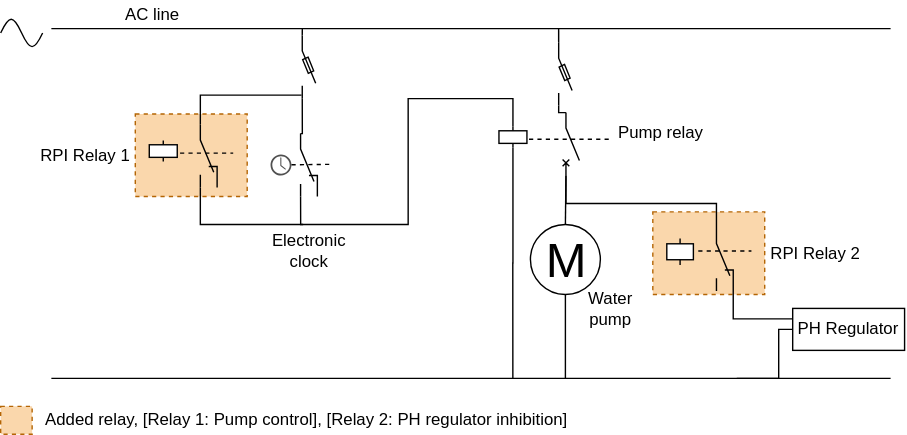
Above: doc/medias/electric-wire.svg in jeayacks/poolcontrol (draw.io), before the change. Source tidied: cells renumbered, new cells last; positions are measured from the earlier drawing's top-left corner, leaving out a move shared by most shapes.
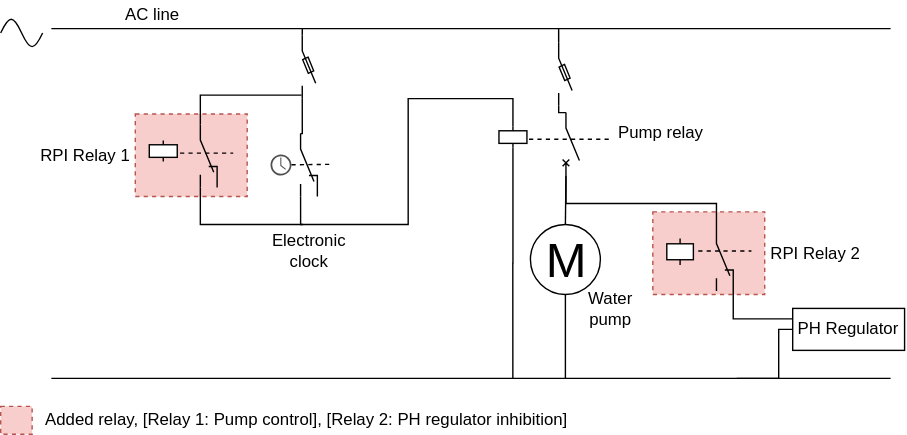
Later version of the same file.

What changed in the source:
```diff
@@ -2,10 +2,10 @@
   <root>
     <mxCell id="0" />
     <mxCell id="1" parent="0" />
-    <mxCell id="2" style="rounded=0;whiteSpace=wrap;html=1;fontSize=12;fillColor=#fad7ac;strokeColor=#b46504;dashed=1;" parent="1" vertex="1">
+    <mxCell id="2" style="rounded=0;whiteSpace=wrap;html=1;fontSize=12;fillColor=#f8cecc;strokeColor=#b85450;dashed=1;" parent="1" vertex="1">
       <mxGeometry x="466" y="151" width="80" height="59" as="geometry" />
     </mxCell>
-    <mxCell id="3" style="rounded=0;whiteSpace=wrap;html=1;fontSize=12;fillColor=#fad7ac;strokeColor=#b46504;dashed=1;" parent="1" vertex="1">
+    <mxCell id="3" style="rounded=0;whiteSpace=wrap;html=1;fontSize=12;fillColor=#f8cecc;strokeColor=#b85450;dashed=1;" parent="1" vertex="1">
       <mxGeometry x="96" y="81" width="80" height="59" as="geometry" />
     </mxCell>
     <mxCell id="4" style="edgeStyle=orthogonalEdgeStyle;rounded=0;jettySize=auto;html=1;exitX=0.5;exitY=1;exitDx=0;exitDy=0;exitPerimeter=0;endArrow=none;endFill=0;fontSize=12;" parent="1" edge="1" source="5">
@@ -164,7 +164,7 @@
     <mxCell id="41" value="RPI Relay 2" style="text;html=1;strokeColor=none;fillColor=none;align=center;verticalAlign=middle;whiteSpace=wrap;rounded=0;fontSize=12;" parent="1" vertex="1">
       <mxGeometry x="546" y="170.5" width="72.5" height="20" as="geometry" />
     </mxCell>
-    <mxCell id="42" style="rounded=0;whiteSpace=wrap;html=1;fontSize=12;fillColor=#fad7ac;strokeColor=#b46504;dashed=1;" parent="1" vertex="1">
+    <mxCell id="42" style="rounded=0;whiteSpace=wrap;html=1;fontSize=12;fillColor=#f8cecc;strokeColor=#b85450;dashed=1;" parent="1" vertex="1">
       <mxGeometry x="-0.2" y="290" width="22.5" height="20" as="geometry" />
     </mxCell>
     <mxCell id="43" value="Added relay, [Relay 1: Pump control],&amp;nbsp;[Relay 2: PH regulator inhibition]" style="text;html=1;strokeColor=none;fillColor=none;align=left;verticalAlign=middle;whiteSpace=wrap;rounded=0;fontSize=12;" parent="1" vertex="1">
```
